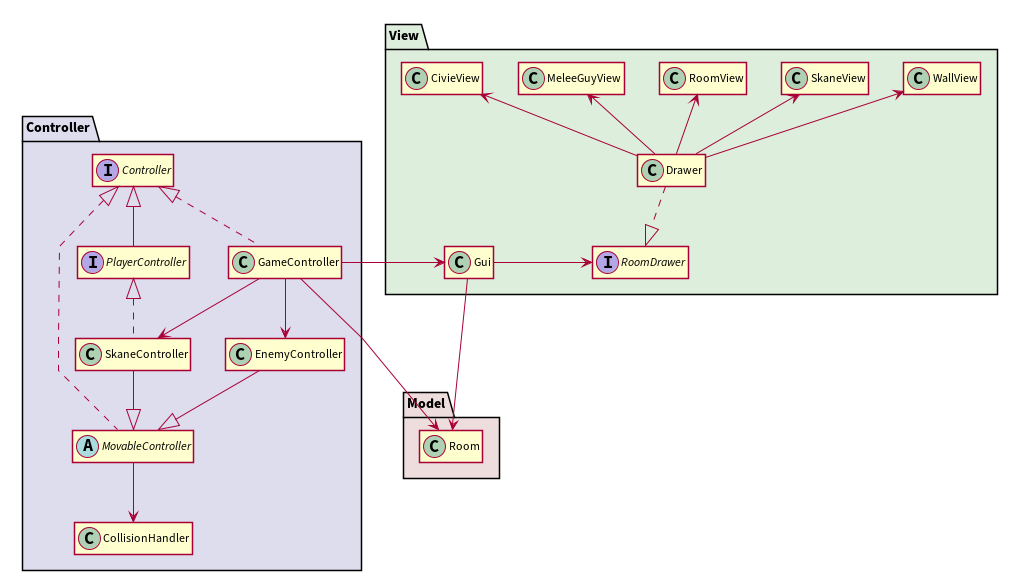
The PlantUML diagram docs/uml/mvc.png in JoaoCostaIFG/LPOO, before a commit.
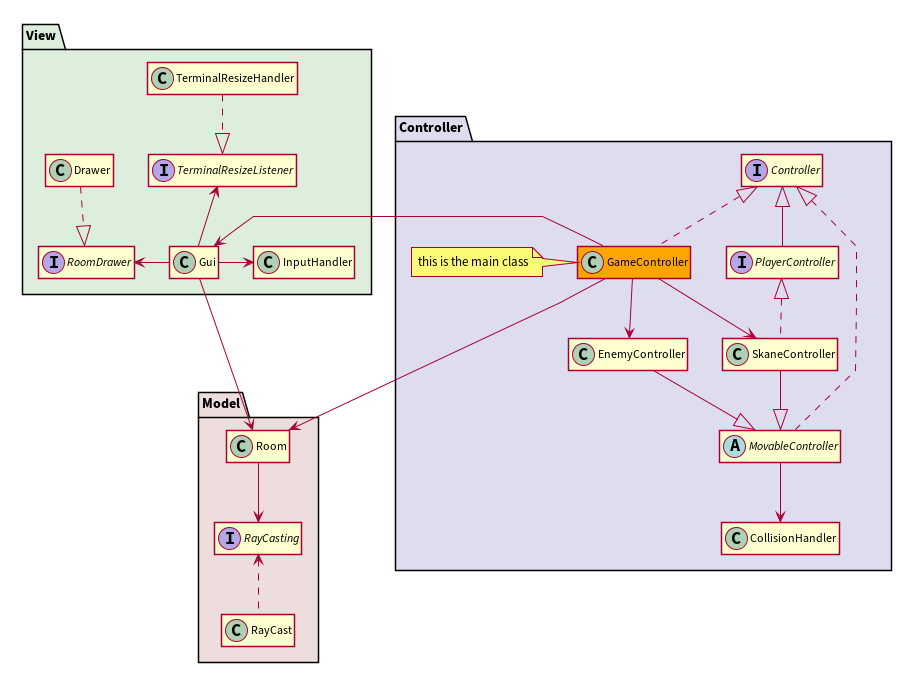
Later version of the same file.

Commit message:
Update: MVC UML class diagram and its entry on the report.

The edit, as a diff of the source:
```diff
@@ -6,27 +6,32 @@
 
 package "Model" #EEDDDD {
   class Room {}
+  interface RayCasting {}
+  class RayCast {}
 }
 
 package "View" #DDEEDD {
+
+  class Drawer {}
   interface RoomDrawer {}
-  class CivieView {}
-  class MeleeGuyView {}
-  class RoomView {}
-  class SkaneView {}
-  class WallView {}
-  class Drawer {}
   class Gui {}
+  class TerminalResizeHandler {}
+  interface TerminalResizeListener {}
+  class InputHandler {}
 }
 
 package "Controller" #DDDDEE {
   class CollisionHandler {}
   interface Controller {}
   class EnemyController {}
-  class GameController {}
   abstract class MovableController {}
   interface PlayerController {}
   class SkaneController {}
+
+  class GameController #orange {}
+  note left of GameController
+  this is the main class
+  end note
 }
 
 PlayerController -up-^ Controller
@@ -40,16 +45,18 @@
 SkaneController --^ MovableController
 SkaneController .up.^ PlayerController
 
-Drawer -up-> CivieView
-Drawer -up-> MeleeGuyView
-Drawer -up-> RoomView
-Drawer -up-> SkaneView
-Drawer -up-> WallView
 Drawer .down.^ RoomDrawer
-Gui -right-> RoomDrawer
+TerminalResizeHandler .down.^ TerminalResizeListener
+Gui -up-> TerminalResizeListener
+Gui -left-> RoomDrawer
 Gui -down-> Room
+Gui -right-> InputHandler
+
 
 GameController ---> Room
 GameController --right-> Gui
 
+Room -down-> RayCasting
+RayCast .up.> RayCasting
+
 @enduml
```
